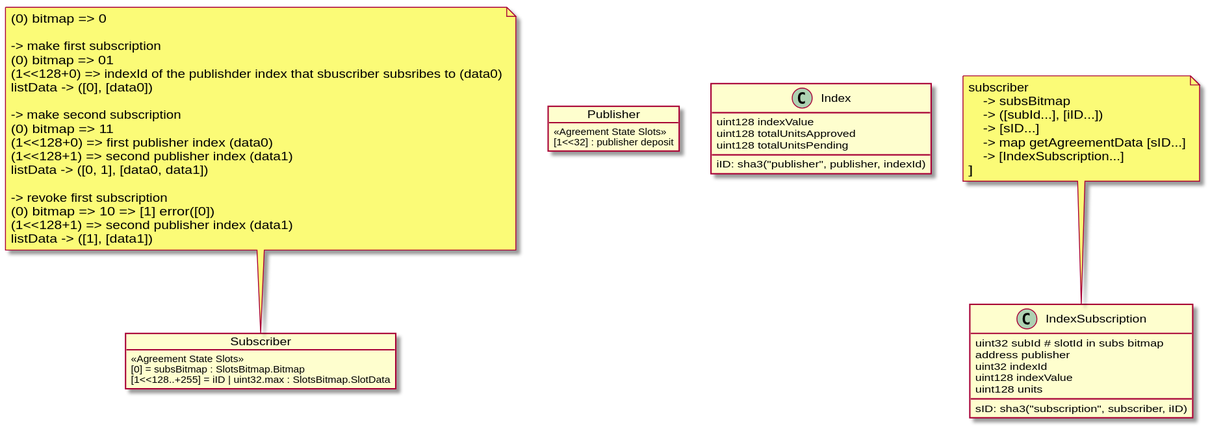
This is packages/ethereum-contracts/docs/IDA.svg from superfluid-finance/protocol-monorepo, a PlantUML export, as it was before one commit. The source it was exported from:
```plantuml
@startuml


object Subscriber {
    «Agreement State Slots»
    [0] = subsBitmap : SlotsBitmap.Bitmap
    [1<<128..+255] = iID | uint32.max : SlotsBitmap.SlotData
}

note top of Subscriber
(0) bitmap => 0

-> make first subscription
(0) bitmap => 01
(1<<128+0) => indexId of the publishder index that sbuscriber subsribes to (data0)
listData -> ([0], [data0])

-> make second subscription
(0) bitmap => 11
(1<<128+0) => first publisher index (data0)
(1<<128+1) => second publisher index (data1)
listData -> ([0, 1], [data0, data1])

-> revoke first subscription
(0) bitmap => 10 => [1] error([0])
(1<<128+1) => second publisher index (data1)
listData -> ([1], [data1])
end note

object Publisher {
    «Agreement State Slots»
    [1<<32] : publisher deposit
}

class Index {
    iID: sha3("publisher", publisher, indexId)
    uint128 indexValue
    uint128 totalUnitsApproved
    uint128 totalUnitsPending
}

class IndexSubscription {
    sID: sha3("subscription", subscriber, iID)
    uint32 subId # slotId in subs bitmap
    address publisher
    uint32 indexId
    uint128 indexValue
    uint128 units
}

note top of IndexSubscription
subscriber
    -> subsBitmap
    -> ([subId...], [iID...])
    -> [sID...]
    -> map getAgreementData [sID...]
    -> [IndexSubscription...]
]
end note


@enduml
```
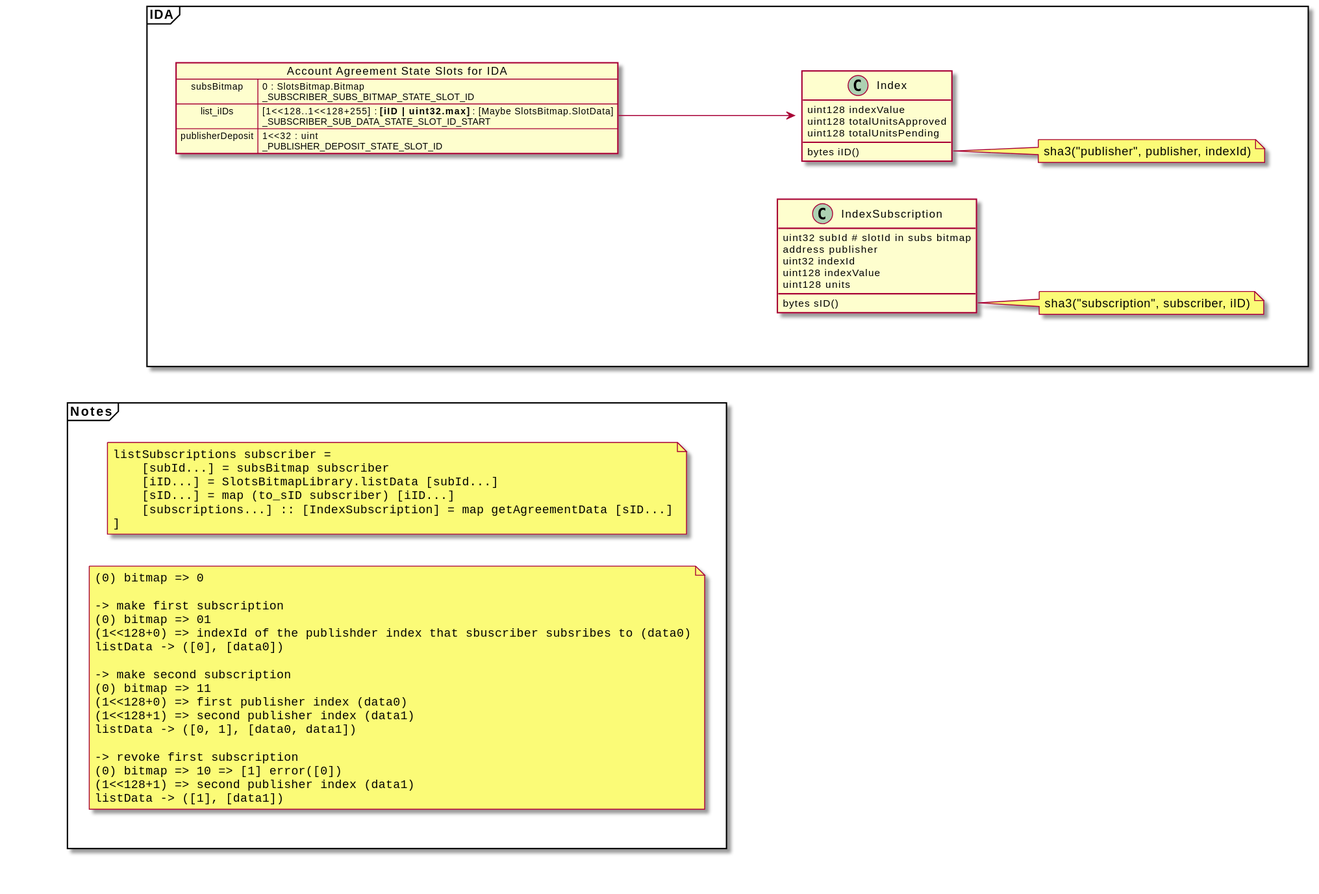
After the commit.

Commit message:
updated IDA plantuml notes

Change to the diagram source:
```diff
@@ -1,62 +1,77 @@
 @startuml
 
+left to right direction
 
-object Subscriber {
-    «Agreement State Slots»
-    [0] = subsBitmap : SlotsBitmap.Bitmap
-    [1<<128..+255] = iID | uint32.max : SlotsBitmap.SlotData
+frame IDA {
+    together {
+        class Index {
+            bytes iID()
+            uint128 indexValue
+            uint128 totalUnitsApproved
+            uint128 totalUnitsPending
+        }
+        note as iIDNote
+            sha3("publisher", publisher, indexId)
+        end note
+        Index::iID --> iIDNote
+
+        class IndexSubscription {
+            bytes sID()
+            uint32 subId # slotId in subs bitmap
+            address publisher
+            uint32 indexId
+            uint128 indexValue
+            uint128 units
+        }
+        note as sIDNote
+            sha3("subscription", subscriber, iID)
+        end note
+        IndexSubscription::sID --> sIDNote
+    }
+
+    map "Account Agreement State Slots for IDA" as AccountASS {
+        subsBitmap => 0 : SlotsBitmap.Bitmap\n_SUBSCRIBER_SUBS_BITMAP_STATE_SLOT_ID
+        list_iIDs => [1<<128..1<<128+255] : **[iID | uint32.max]** : [Maybe SlotsBitmap.SlotData]\n_SUBSCRIBER_SUB_DATA_STATE_SLOT_ID_START
+        publisherDeposit => 1<<32 : uint\n_PUBLISHER_DEPOSIT_STATE_SLOT_ID
+    }
+    AccountASS::list_iIDs --> Index
 }
 
-note top of Subscriber
-(0) bitmap => 0
+frame Notes {
+    note as listSubscriptions
+    <code>
+    listSubscriptions subscriber =
+        [subId...] = subsBitmap subscriber
+        [iID...] = SlotsBitmapLibrary.listData [subId...]
+        [sID...] = map (to_sID subscriber) [iID...]
+        [subscriptions...] :: [IndexSubscription] = map getAgreementData [sID...]
+    ]
+    </code>
+    end note
 
--> make first subscription
-(0) bitmap => 01
-(1<<128+0) => indexId of the publishder index that sbuscriber subsribes to (data0)
-listData -> ([0], [data0])
+    note as subscriptionsExample
+    <code>
+    (0) bitmap => 0
 
--> make second subscription
-(0) bitmap => 11
-(1<<128+0) => first publisher index (data0)
-(1<<128+1) => second publisher index (data1)
-listData -> ([0, 1], [data0, data1])
+    -> make first subscription
+    (0) bitmap => 01
+    (1<<128+0) => indexId of the publishder index that sbuscriber subsribes to (data0)
+    listData -> ([0], [data0])
 
--> revoke first subscription
-(0) bitmap => 10 => [1] error([0])
-(1<<128+1) => second publisher index (data1)
-listData -> ([1], [data1])
-end note
+    -> make second subscription
+    (0) bitmap => 11
+    (1<<128+0) => first publisher index (data0)
+    (1<<128+1) => second publisher index (data1)
+    listData -> ([0, 1], [data0, data1])
 
-object Publisher {
-    «Agreement State Slots»
-    [1<<32] : publisher deposit
+    -> revoke first subscription
+    (0) bitmap => 10 => [1] error([0])
+    (1<<128+1) => second publisher index (data1)
+    listData -> ([1], [data1])
+    </code>
+    end note
 }
 
-class Index {
-    iID: sha3("publisher", publisher, indexId)
-    uint128 indexValue
-    uint128 totalUnitsApproved
-    uint128 totalUnitsPending
-}
-
-class IndexSubscription {
-    sID: sha3("subscription", subscriber, iID)
-    uint32 subId # slotId in subs bitmap
-    address publisher
-    uint32 indexId
-    uint128 indexValue
-    uint128 units
-}
-
-note top of IndexSubscription
-subscriber
-    -> subsBitmap
-    -> ([subId...], [iID...])
-    -> [sID...]
-    -> map getAgreementData [sID...]
-    -> [IndexSubscription...]
-]
-end note
-
+Notes -left[hidden]-> IDA
 
 @enduml
```
